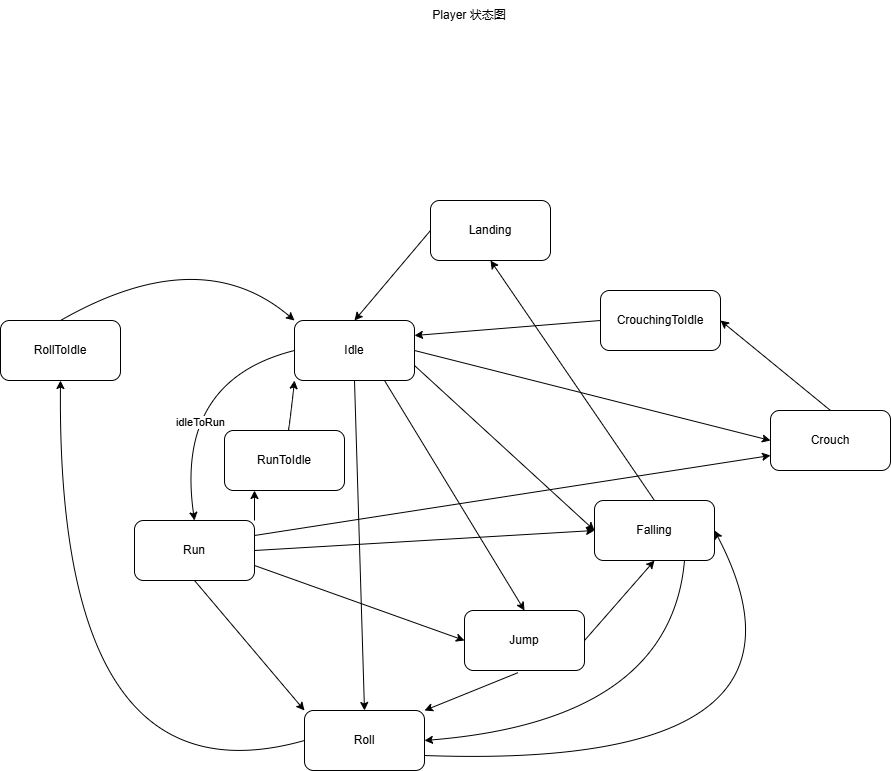
Earlier version of the draw.io export doc/images/playerState.png (qihaichiaki/GameBase). Source tidied: cells renumbered, new cells last; positions are measured from the earlier drawing's top-left corner, leaving out a move shared by most shapes. The source it was exported from:
```xml
<mxGraphModel>
  <root>
    <mxCell id="0" />
    <mxCell id="1" parent="0" />
    <mxCell id="2" value="Idle" style="rounded=1;whiteSpace=wrap;html=1;" parent="1" vertex="1">
      <mxGeometry x="294" y="320" width="120" height="60" as="geometry" />
    </mxCell>
    <mxCell id="3" value="Run" style="rounded=1;whiteSpace=wrap;html=1;" parent="1" vertex="1">
      <mxGeometry x="134" y="520" width="120" height="60" as="geometry" />
    </mxCell>
    <mxCell id="4" value="Jump" style="rounded=1;whiteSpace=wrap;html=1;" parent="1" vertex="1">
      <mxGeometry x="464" y="610" width="120" height="60" as="geometry" />
    </mxCell>
    <mxCell id="5" value="Player 状态图" style="text;html=1;align=center;verticalAlign=middle;whiteSpace=wrap;rounded=0;" parent="1" vertex="1">
      <mxGeometry x="414" width="110" height="30" as="geometry" />
    </mxCell>
    <mxCell id="6" value="Falling" style="rounded=1;whiteSpace=wrap;html=1;" parent="1" vertex="1">
      <mxGeometry x="594" y="500" width="120" height="60" as="geometry" />
    </mxCell>
    <mxCell id="7" value="Landing" style="rounded=1;whiteSpace=wrap;html=1;" parent="1" vertex="1">
      <mxGeometry x="430" y="200" width="120" height="60" as="geometry" />
    </mxCell>
    <mxCell id="8" value="CrouchingToIdle" style="rounded=1;whiteSpace=wrap;html=1;" parent="1" vertex="1">
      <mxGeometry x="600" y="290" width="120" height="60" as="geometry" />
    </mxCell>
    <mxCell id="9" value="Crouch" style="rounded=1;whiteSpace=wrap;html=1;" parent="1" vertex="1">
      <mxGeometry x="770" y="410" width="120" height="60" as="geometry" />
    </mxCell>
    <mxCell id="10" value="Roll" style="rounded=1;whiteSpace=wrap;html=1;" parent="1" vertex="1">
      <mxGeometry x="304" y="710" width="120" height="60" as="geometry" />
    </mxCell>
    <mxCell id="11" value="RollToIdle" style="rounded=1;whiteSpace=wrap;html=1;" parent="1" vertex="1">
      <mxGeometry y="320" width="120" height="60" as="geometry" />
    </mxCell>
    <mxCell id="12" style="curved=1;endArrow=classic;html=1;rounded=0;exitX=0;exitY=0.5;exitDx=0;exitDy=0;entryX=0.5;entryY=0;entryDx=0;entryDy=0;" parent="1" edge="1" source="2" target="3">
      <mxGeometry relative="1" as="geometry">
        <Array as="points">
          <mxPoint x="174" y="380" />
        </Array>
      </mxGeometry>
    </mxCell>
    <mxCell id="13" value="idleToRun" style="edgeLabel;html=1;align=center;verticalAlign=middle;" parent="12" vertex="1">
      <mxGeometry x="0.27" y="19" relative="1" as="geometry" />
    </mxCell>
    <mxCell id="14" style="curved=1;endArrow=classic;html=1;rounded=0;exitX=0.5;exitY=0;exitDx=0;exitDy=0;entryX=0;entryY=1;entryDx=0;entryDy=0;" parent="1" edge="1" source="16" target="2">
      <mxGeometry relative="1" as="geometry">
        <Array as="points">
          <mxPoint x="284" y="470" />
        </Array>
      </mxGeometry>
    </mxCell>
    <mxCell id="15" style="curved=1;endArrow=classic;html=1;rounded=0;exitX=1;exitY=0;exitDx=0;exitDy=0;entryX=0.25;entryY=1;entryDx=0;entryDy=0;" parent="1" edge="1" source="3" target="16">
      <mxGeometry relative="1" as="geometry" />
    </mxCell>
    <mxCell id="16" value="R&lt;span style=&quot;background-color: transparent; color: light-dark(rgb(0, 0, 0), rgb(255, 255, 255));&quot;&gt;unToIdle&lt;/span&gt;" style="rounded=1;whiteSpace=wrap;html=1;" parent="1" vertex="1">
      <mxGeometry x="224" y="430" width="120" height="60" as="geometry" />
    </mxCell>
    <mxCell id="17" style="curved=1;endArrow=classic;html=1;rounded=0;exitX=0.75;exitY=1;exitDx=0;exitDy=0;entryX=0.5;entryY=0;entryDx=0;entryDy=0;" parent="1" edge="1" source="2" target="4">
      <mxGeometry relative="1" as="geometry" />
    </mxCell>
    <mxCell id="18" style="curved=1;endArrow=classic;html=1;rounded=0;exitX=1;exitY=0.75;exitDx=0;exitDy=0;entryX=0;entryY=0.5;entryDx=0;entryDy=0;" parent="1" edge="1" source="2" target="6">
      <mxGeometry relative="1" as="geometry" />
    </mxCell>
    <mxCell id="19" style="curved=1;endArrow=classic;html=1;rounded=0;exitX=1;exitY=0.5;exitDx=0;exitDy=0;entryX=0;entryY=0.5;entryDx=0;entryDy=0;" parent="1" edge="1" source="2" target="9">
      <mxGeometry relative="1" as="geometry" />
    </mxCell>
    <mxCell id="20" style="curved=1;endArrow=classic;html=1;rounded=0;exitX=0.5;exitY=1;exitDx=0;exitDy=0;entryX=0.5;entryY=0;entryDx=0;entryDy=0;" parent="1" edge="1" source="2" target="10">
      <mxGeometry relative="1" as="geometry" />
    </mxCell>
    <mxCell id="21" style="curved=1;endArrow=classic;html=1;rounded=0;exitX=1;exitY=0.75;exitDx=0;exitDy=0;entryX=0;entryY=0.5;entryDx=0;entryDy=0;" parent="1" edge="1" source="3" target="4">
      <mxGeometry relative="1" as="geometry" />
    </mxCell>
    <mxCell id="22" style="curved=1;endArrow=classic;html=1;rounded=0;exitX=1;exitY=0.5;exitDx=0;exitDy=0;entryX=0;entryY=0.5;entryDx=0;entryDy=0;" parent="1" edge="1" source="3" target="6">
      <mxGeometry relative="1" as="geometry" />
    </mxCell>
    <mxCell id="23" style="curved=1;endArrow=classic;html=1;rounded=0;exitX=1;exitY=0.25;exitDx=0;exitDy=0;entryX=0;entryY=0.75;entryDx=0;entryDy=0;" parent="1" edge="1" source="3" target="9">
      <mxGeometry relative="1" as="geometry" />
    </mxCell>
    <mxCell id="24" style="curved=1;endArrow=classic;html=1;rounded=0;exitX=0.5;exitY=1;exitDx=0;exitDy=0;entryX=0;entryY=0;entryDx=0;entryDy=0;" parent="1" edge="1" source="3" target="10">
      <mxGeometry relative="1" as="geometry" />
    </mxCell>
    <mxCell id="25" style="curved=1;endArrow=classic;html=1;rounded=0;exitX=1;exitY=0.5;exitDx=0;exitDy=0;entryX=0.5;entryY=1;entryDx=0;entryDy=0;" parent="1" edge="1" source="4" target="6">
      <mxGeometry relative="1" as="geometry" />
    </mxCell>
    <mxCell id="26" style="curved=1;endArrow=classic;html=1;rounded=0;exitX=0.446;exitY=1.036;exitDx=0;exitDy=0;entryX=1;entryY=0;entryDx=0;entryDy=0;exitPerimeter=0;" parent="1" edge="1" source="4" target="10">
      <mxGeometry relative="1" as="geometry" />
    </mxCell>
    <mxCell id="27" style="curved=1;endArrow=classic;html=1;rounded=0;exitX=0.5;exitY=0;exitDx=0;exitDy=0;entryX=0.5;entryY=1;entryDx=0;entryDy=0;" parent="1" edge="1" source="6" target="7">
      <mxGeometry relative="1" as="geometry" />
    </mxCell>
    <mxCell id="28" style="curved=1;endArrow=classic;html=1;rounded=0;exitX=0.75;exitY=1;exitDx=0;exitDy=0;entryX=1;entryY=0.5;entryDx=0;entryDy=0;" parent="1" edge="1" source="6" target="10">
      <mxGeometry relative="1" as="geometry">
        <Array as="points">
          <mxPoint x="670" y="720" />
        </Array>
      </mxGeometry>
    </mxCell>
    <mxCell id="29" style="curved=1;endArrow=classic;html=1;rounded=0;exitX=0;exitY=0.5;exitDx=0;exitDy=0;entryX=0.5;entryY=0;entryDx=0;entryDy=0;" parent="1" edge="1" source="7" target="2">
      <mxGeometry relative="1" as="geometry" />
    </mxCell>
    <mxCell id="30" style="curved=1;endArrow=classic;html=1;rounded=0;exitX=0.5;exitY=0;exitDx=0;exitDy=0;entryX=1;entryY=0.5;entryDx=0;entryDy=0;" parent="1" edge="1" source="9" target="8">
      <mxGeometry relative="1" as="geometry" />
    </mxCell>
    <mxCell id="31" style="curved=1;endArrow=classic;html=1;rounded=0;exitX=0;exitY=0.5;exitDx=0;exitDy=0;entryX=1;entryY=0.25;entryDx=0;entryDy=0;" parent="1" edge="1" source="8" target="2">
      <mxGeometry relative="1" as="geometry" />
    </mxCell>
    <mxCell id="32" style="edgeStyle=orthogonalEdgeStyle;rounded=0;orthogonalLoop=1;jettySize=auto;html=1;exitX=0.5;exitY=1;exitDx=0;exitDy=0;" parent="1" edge="1" source="5" target="5">
      <mxGeometry relative="1" as="geometry" />
    </mxCell>
    <mxCell id="33" style="edgeStyle=orthogonalEdgeStyle;rounded=0;orthogonalLoop=1;jettySize=auto;html=1;exitX=0.5;exitY=1;exitDx=0;exitDy=0;" parent="1" edge="1" source="5" target="5">
      <mxGeometry relative="1" as="geometry" />
    </mxCell>
    <mxCell id="34" style="curved=1;endArrow=classic;html=1;rounded=0;exitX=0;exitY=0.5;exitDx=0;exitDy=0;entryX=0.5;entryY=1;entryDx=0;entryDy=0;" parent="1" edge="1" source="10" target="11">
      <mxGeometry relative="1" as="geometry">
        <Array as="points">
          <mxPoint x="56" y="810" />
        </Array>
      </mxGeometry>
    </mxCell>
    <mxCell id="35" style="curved=1;endArrow=classic;html=1;rounded=0;exitX=0.5;exitY=0;exitDx=0;exitDy=0;entryX=0;entryY=0;entryDx=0;entryDy=0;" parent="1" edge="1" source="11" target="2">
      <mxGeometry relative="1" as="geometry">
        <Array as="points">
          <mxPoint x="200" y="240" />
        </Array>
      </mxGeometry>
    </mxCell>
    <mxCell id="36" style="curved=1;endArrow=classic;html=1;rounded=0;exitX=1;exitY=0.75;exitDx=0;exitDy=0;entryX=1;entryY=0.5;entryDx=0;entryDy=0;" parent="1" edge="1" source="10" target="6">
      <mxGeometry relative="1" as="geometry">
        <Array as="points">
          <mxPoint x="840" y="770" />
        </Array>
      </mxGeometry>
    </mxCell>
  </root>
</mxGraphModel>
```
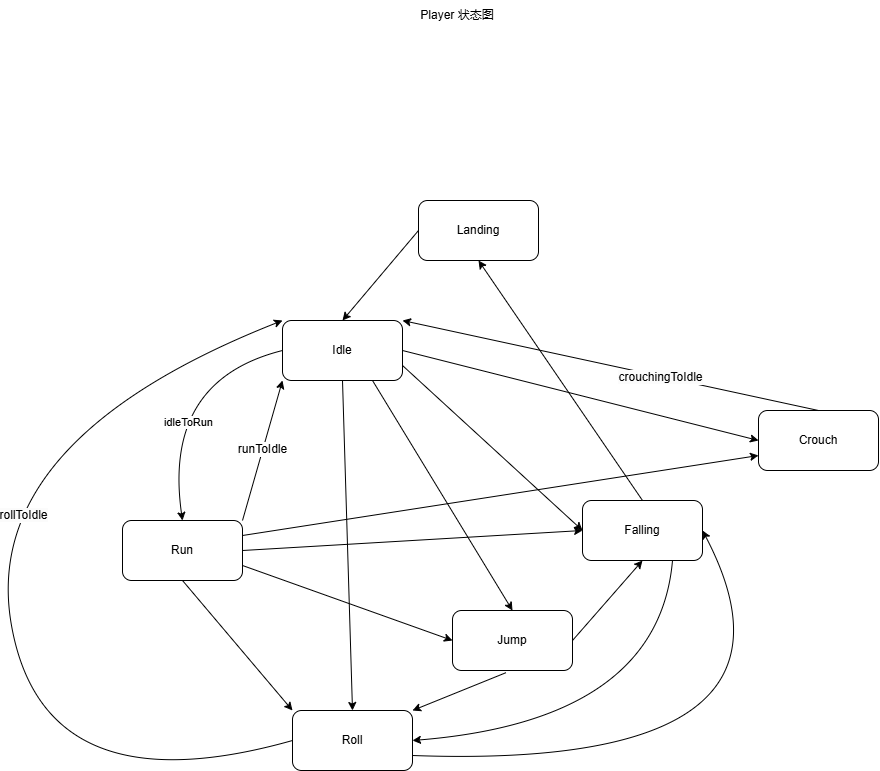
After the change.

What changed in the source:
```diff
@@ -20,18 +20,12 @@
     <mxCell id="7" value="Landing" style="rounded=1;whiteSpace=wrap;html=1;" parent="1" vertex="1">
       <mxGeometry x="430" y="200" width="120" height="60" as="geometry" />
     </mxCell>
-    <mxCell id="8" value="CrouchingToIdle" style="rounded=1;whiteSpace=wrap;html=1;" parent="1" vertex="1">
-      <mxGeometry x="600" y="290" width="120" height="60" as="geometry" />
-    </mxCell>
     <mxCell id="9" value="Crouch" style="rounded=1;whiteSpace=wrap;html=1;" parent="1" vertex="1">
       <mxGeometry x="770" y="410" width="120" height="60" as="geometry" />
     </mxCell>
     <mxCell id="10" value="Roll" style="rounded=1;whiteSpace=wrap;html=1;" parent="1" vertex="1">
       <mxGeometry x="304" y="710" width="120" height="60" as="geometry" />
     </mxCell>
-    <mxCell id="11" value="RollToIdle" style="rounded=1;whiteSpace=wrap;html=1;" parent="1" vertex="1">
-      <mxGeometry y="320" width="120" height="60" as="geometry" />
-    </mxCell>
     <mxCell id="12" style="curved=1;endArrow=classic;html=1;rounded=0;exitX=0;exitY=0.5;exitDx=0;exitDy=0;entryX=0.5;entryY=0;entryDx=0;entryDy=0;" parent="1" edge="1" source="2" target="3">
       <mxGeometry relative="1" as="geometry">
         <Array as="points">
@@ -42,19 +36,12 @@
     <mxCell id="13" value="idleToRun" style="edgeLabel;html=1;align=center;verticalAlign=middle;" parent="12" vertex="1">
       <mxGeometry x="0.27" y="19" relative="1" as="geometry" />
     </mxCell>
-    <mxCell id="14" style="curved=1;endArrow=classic;html=1;rounded=0;exitX=0.5;exitY=0;exitDx=0;exitDy=0;entryX=0;entryY=1;entryDx=0;entryDy=0;" parent="1" edge="1" source="16" target="2">
-      <mxGeometry relative="1" as="geometry">
-        <Array as="points">
-          <mxPoint x="284" y="470" />
-        </Array>
-      </mxGeometry>
-    </mxCell>
-    <mxCell id="15" style="curved=1;endArrow=classic;html=1;rounded=0;exitX=1;exitY=0;exitDx=0;exitDy=0;entryX=0.25;entryY=1;entryDx=0;entryDy=0;" parent="1" edge="1" source="3" target="16">
+    <mxCell id="15" style="curved=1;endArrow=classic;html=1;rounded=0;exitX=1;exitY=0;exitDx=0;exitDy=0;entryX=0;entryY=1;entryDx=0;entryDy=0;" parent="1" edge="1" source="3" target="2">
       <mxGeometry relative="1" as="geometry" />
     </mxCell>
-    <mxCell id="16" value="R&lt;span style=&quot;background-color: transparent; color: light-dark(rgb(0, 0, 0), rgb(255, 255, 255));&quot;&gt;unToIdle&lt;/span&gt;" style="rounded=1;whiteSpace=wrap;html=1;" parent="1" vertex="1">
-      <mxGeometry x="224" y="430" width="120" height="60" as="geometry" />
-    </mxCell>
+    <mxCell id="37" value="&lt;span style=&quot;color: light-dark(rgb(0, 0, 0), rgb(255, 255, 255)); font-size: 12px; text-wrap-mode: wrap; background-color: rgb(251, 251, 251);&quot;&gt;r&lt;/span&gt;&lt;span style=&quot;color: light-dark(rgb(0, 0, 0), rgb(255, 255, 255)); font-size: 12px; text-wrap-mode: wrap; background-color: transparent;&quot;&gt;unToIdle&lt;/span&gt;" style="edgeLabel;html=1;align=center;verticalAlign=middle;" parent="15" vertex="1">
+      <mxGeometry x="0.02" y="1" relative="1" as="geometry" />
+    </mxCell>
     <mxCell id="17" style="curved=1;endArrow=classic;html=1;rounded=0;exitX=0.75;exitY=1;exitDx=0;exitDy=0;entryX=0.5;entryY=0;entryDx=0;entryDy=0;" parent="1" edge="1" source="2" target="4">
       <mxGeometry relative="1" as="geometry" />
     </mxCell>
@@ -98,32 +85,31 @@
     <mxCell id="29" style="curved=1;endArrow=classic;html=1;rounded=0;exitX=0;exitY=0.5;exitDx=0;exitDy=0;entryX=0.5;entryY=0;entryDx=0;entryDy=0;" parent="1" edge="1" source="7" target="2">
       <mxGeometry relative="1" as="geometry" />
     </mxCell>
-    <mxCell id="30" style="curved=1;endArrow=classic;html=1;rounded=0;exitX=0.5;exitY=0;exitDx=0;exitDy=0;entryX=1;entryY=0.5;entryDx=0;entryDy=0;" parent="1" edge="1" source="9" target="8">
+    <mxCell id="30" style="curved=1;endArrow=classic;html=1;rounded=0;exitX=0.5;exitY=0;exitDx=0;exitDy=0;entryX=1;entryY=0;entryDx=0;entryDy=0;" parent="1" edge="1" source="9" target="2">
       <mxGeometry relative="1" as="geometry" />
     </mxCell>
-    <mxCell id="31" style="curved=1;endArrow=classic;html=1;rounded=0;exitX=0;exitY=0.5;exitDx=0;exitDy=0;entryX=1;entryY=0.25;entryDx=0;entryDy=0;" parent="1" edge="1" source="8" target="2">
-      <mxGeometry relative="1" as="geometry" />
-    </mxCell>
+    <mxCell id="38" value="&lt;span style=&quot;font-size: 12px; text-wrap-mode: wrap; background-color: rgb(251, 251, 251);&quot;&gt;crouchingToIdle&lt;/span&gt;" style="edgeLabel;html=1;align=center;verticalAlign=middle;" parent="30" vertex="1">
+      <mxGeometry x="-0.24" y="1" relative="1" as="geometry" />
+    </mxCell>
     <mxCell id="32" style="edgeStyle=orthogonalEdgeStyle;rounded=0;orthogonalLoop=1;jettySize=auto;html=1;exitX=0.5;exitY=1;exitDx=0;exitDy=0;" parent="1" edge="1" source="5" target="5">
       <mxGeometry relative="1" as="geometry" />
     </mxCell>
     <mxCell id="33" style="edgeStyle=orthogonalEdgeStyle;rounded=0;orthogonalLoop=1;jettySize=auto;html=1;exitX=0.5;exitY=1;exitDx=0;exitDy=0;" parent="1" edge="1" source="5" target="5">
       <mxGeometry relative="1" as="geometry" />
     </mxCell>
-    <mxCell id="34" style="curved=1;endArrow=classic;html=1;rounded=0;exitX=0;exitY=0.5;exitDx=0;exitDy=0;entryX=0.5;entryY=1;entryDx=0;entryDy=0;" parent="1" edge="1" source="10" target="11">
+    <mxCell id="34" style="curved=1;endArrow=classic;html=1;rounded=0;exitX=0;exitY=0.5;exitDx=0;exitDy=0;entryX=0;entryY=0;entryDx=0;entryDy=0;" parent="1" edge="1" source="10" target="2">
       <mxGeometry relative="1" as="geometry">
         <Array as="points">
           <mxPoint x="56" y="810" />
+          <mxPoint x="-10" y="440" />
         </Array>
       </mxGeometry>
     </mxCell>
-    <mxCell id="35" style="curved=1;endArrow=classic;html=1;rounded=0;exitX=0.5;exitY=0;exitDx=0;exitDy=0;entryX=0;entryY=0;entryDx=0;entryDy=0;" parent="1" edge="1" source="11" target="2">
-      <mxGeometry relative="1" as="geometry">
-        <Array as="points">
-          <mxPoint x="200" y="240" />
-        </Array>
-      </mxGeometry>
-    </mxCell>
+    <mxCell id="39" value="&lt;span style=&quot;font-size: 12px; text-wrap-mode: wrap; background-color: rgb(251, 251, 251);&quot;&gt;rollToIdle&lt;/span&gt;" style="edgeLabel;html=1;align=center;verticalAlign=middle;" parent="34" vertex="1">
+      <mxGeometry x="0.15" y="-31" relative="1" as="geometry">
+        <mxPoint y="1" as="offset" />
+      </mxGeometry>
+    </mxCell>
     <mxCell id="36" style="curved=1;endArrow=classic;html=1;rounded=0;exitX=1;exitY=0.75;exitDx=0;exitDy=0;entryX=1;entryY=0.5;entryDx=0;entryDy=0;" parent="1" edge="1" source="10" target="6">
       <mxGeometry relative="1" as="geometry">
         <Array as="points">
```
